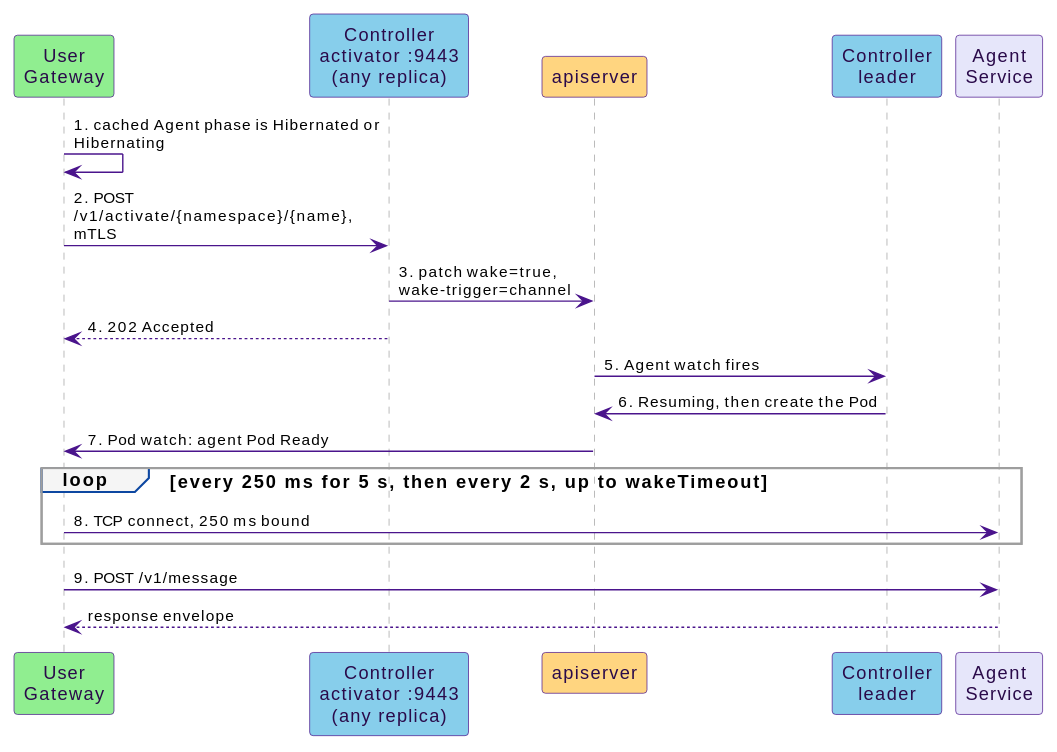
Before: docs/src/diagrams/wake-sequence.svg, a diagram exported from PlantUML (win07xp/kaalm).
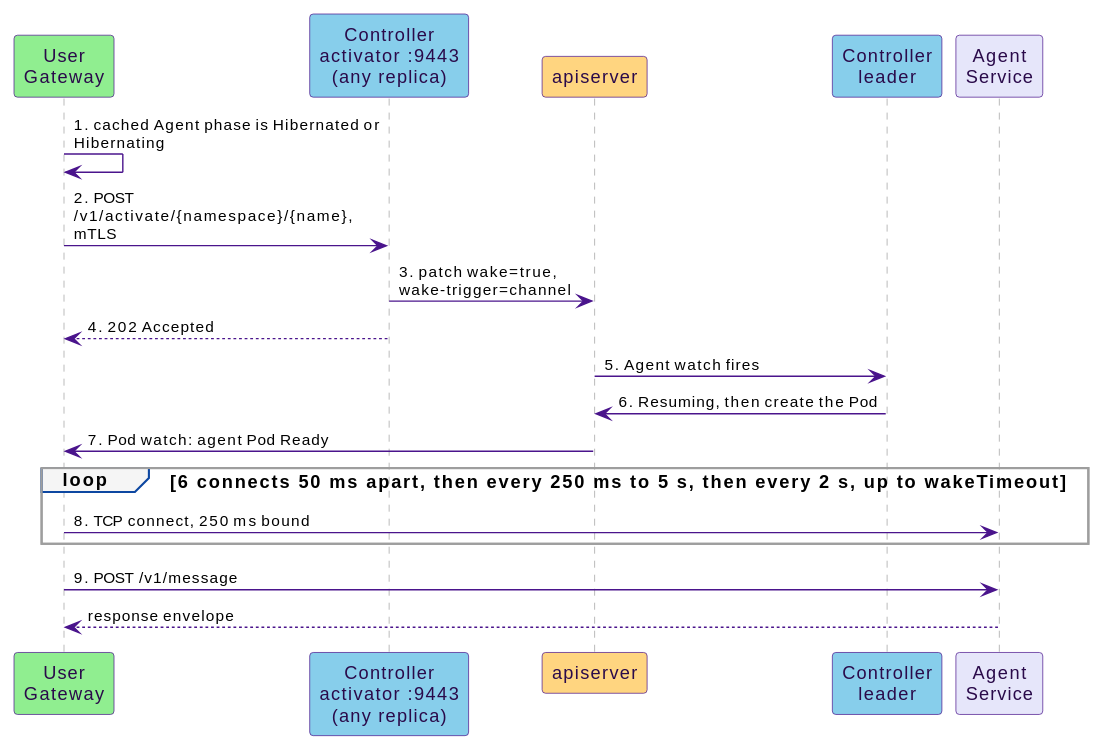
Later version of the same file.

What changed in the source:
```diff
@@ -14,7 +14,7 @@
 api -> leader : 5. Agent watch fires
 leader -> api : 6. Resuming, then create the Pod
 api -> gw : 7. Pod watch: agent Pod Ready
-loop every 250 ms for 5 s, then every 2 s, up to wakeTimeout
+loop 6 connects 50 ms apart, then every 250 ms to 5 s, then every 2 s, up to wakeTimeout
   gw -> agent : 8. TCP connect, 250 ms bound
 end
 gw -> agent : 9. POST /v1/message
```
